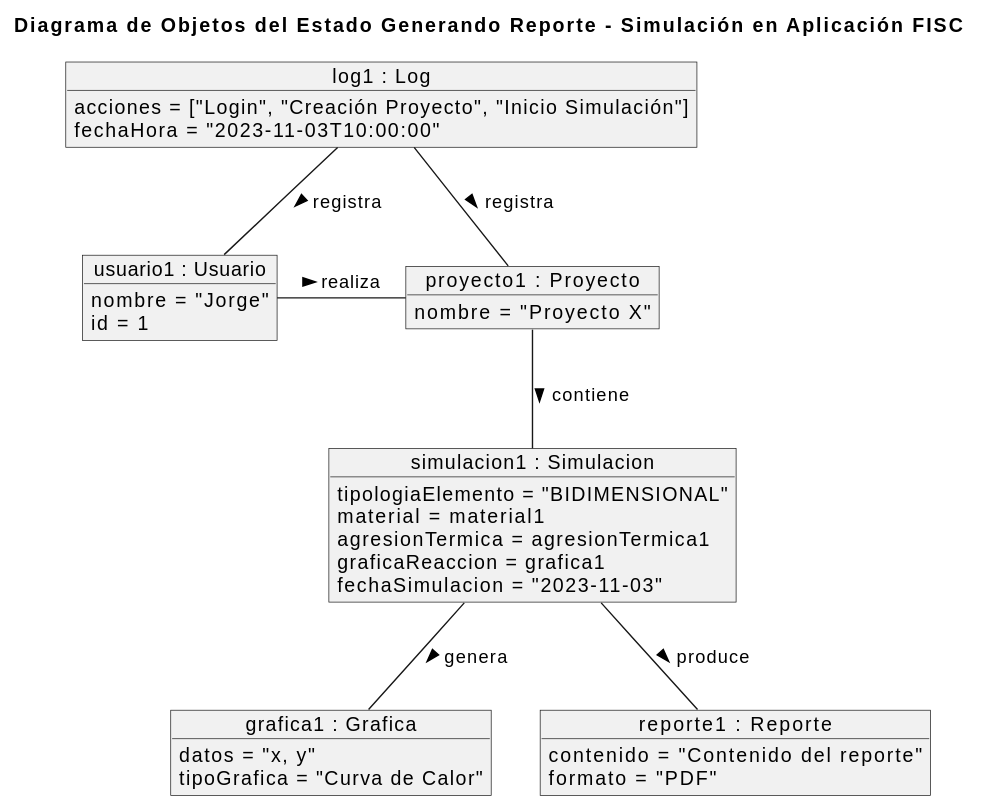
This is imagenes/modelosUML/diagramaObjetos.svg from mmasias/23-24-IdSw1-SDR, a PlantUML export, as it was before one commit.
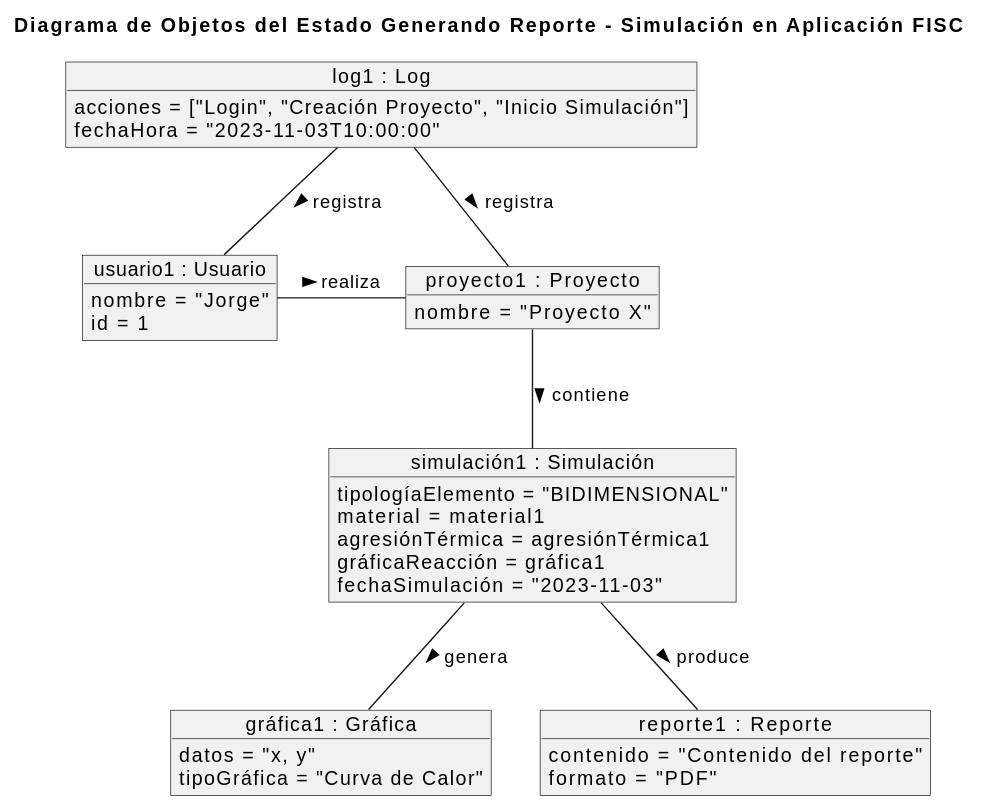
After the change.

Commit message:
correccion diagrama objetos

The edit, as a diff of the source:
```diff
@@ -10,17 +10,17 @@
     nombre = "Proyecto X"
 }
 
-object "simulacion1 : Simulacion" as simulacion1 {
-    tipologiaElemento = "BIDIMENSIONAL"
+object "simulación1 : Simulación" as simulación1 {
+    tipologíaElemento = "BIDIMENSIONAL"
     material = material1
-    agresionTermica = agresionTermica1
-    graficaReaccion = grafica1
-    fechaSimulacion = "2023-11-03"
+    agresiónTérmica = agresiónTérmica1
+    gráficaReacción = gráfica1
+    fechaSimulación = "2023-11-03"
 }
 
-object "grafica1 : Grafica" as grafica1 {
+object "gráfica1 : Gráfica" as gráfica1 {
     datos = "x, y"
-    tipoGrafica = "Curva de Calor"
+    tipoGráfica = "Curva de Calor"
 }
 
 object "log1 : Log" as log1 {
@@ -34,9 +34,9 @@
 }
 
 usuario1 - proyecto1 : "realiza >"
-proyecto1 -- simulacion1 : "contiene >"
-simulacion1 -- grafica1 : "genera >"
-simulacion1 -- reporte1 : "produce >"
+proyecto1 -- simulación1 : "contiene >"
+simulación1 -- gráfica1 : "genera >"
+simulación1 -- reporte1 : "produce >"
 log1 -- usuario1: "registra >"
 log1 -- proyecto1 : "registra >"
 @enduml
```
